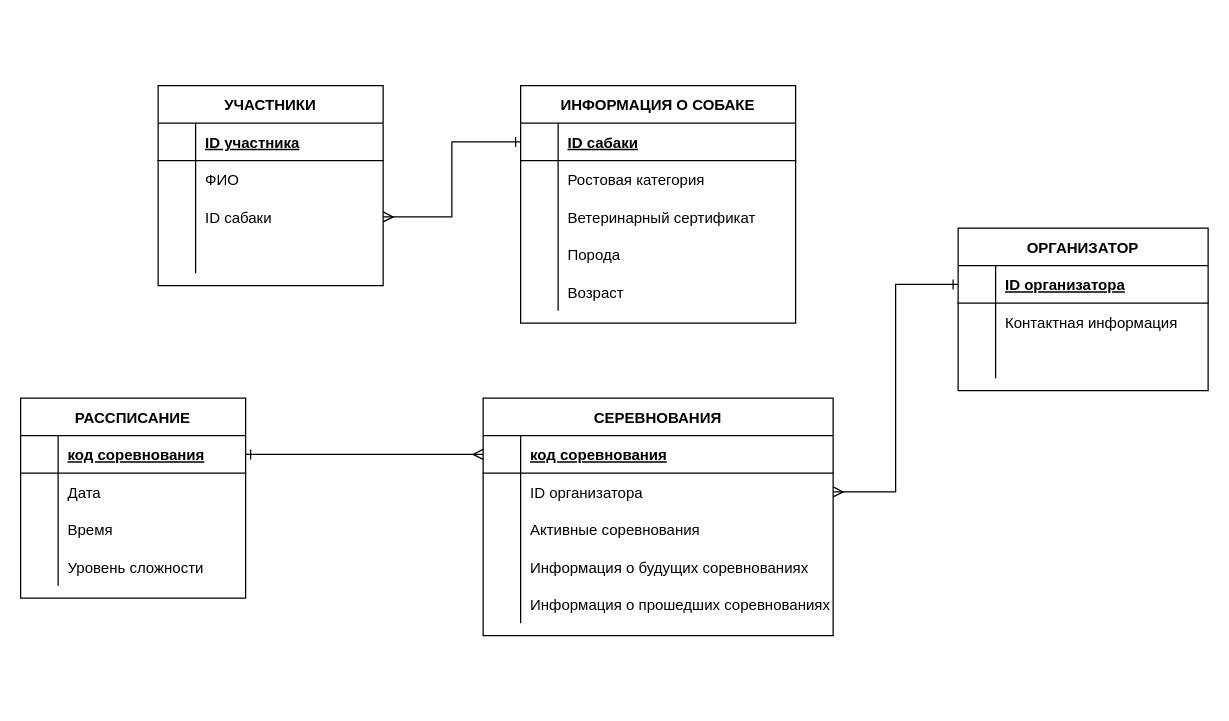
AnastasiaTobolshina/05.01_ER keeps this draw.io diagram as ERproject.drawio. Above is the earlier version. Source tidied: cells renumbered, new cells numbered last; positions are measured from the earlier drawing's top-left corner, leaving out a move shared by most shapes. Both pictures are drawn from the tidied source at 125%, with x=0, y=0 at pixel (20, 85).
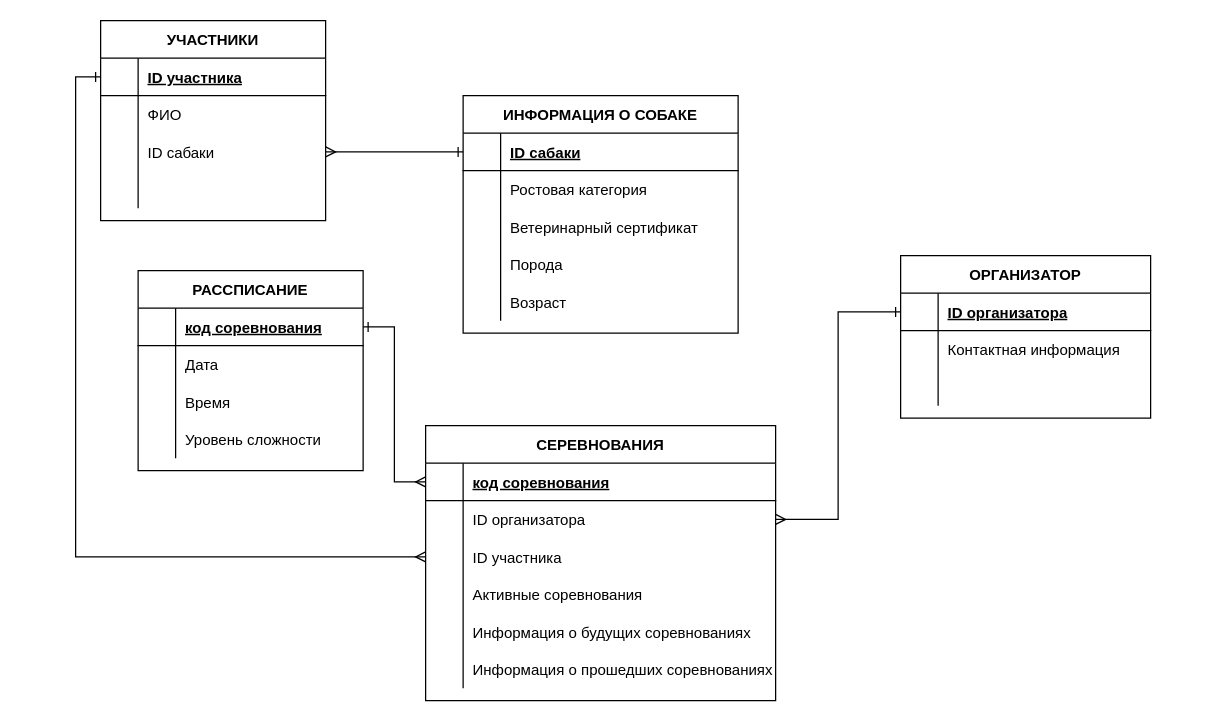
After the change.

Unchanged cells that the change refers to:
```xml
<mxCell id="3" style="shape=tableRow;horizontal=0;startSize=0;swimlaneHead=0;swimlaneBody=0;fillColor=none;points=[[0,0.5],[1,0.5]];portConstraint=eastwest;top=0;left=0;right=0;bottom=1;" parent="2" vertex="1">
  <mxGeometry y="30" width="180" height="30" as="geometry" />
</mxCell>
```

The edit, as a diff of the source:
```diff
@@
     <mxCell id="2" value="УЧАСТНИКИ" style="shape=table;startSize=30;childLayout=tableLayout;rowLines=0;fontStyle=1;align=center;" parent="1" vertex="1">
-      <mxGeometry x="110" width="180" height="160" as="geometry" />
+      <mxGeometry x="64" y="-52" width="180" height="160" as="geometry" />
     </mxCell>
@@
     <mxCell id="15" value="ИНФОРМАЦИЯ О СОБАКЕ" style="shape=table;startSize=30;childLayout=tableLayout;rowLines=0;fontStyle=1;align=center;" parent="1" vertex="1">
-      <mxGeometry x="400" width="220" height="190" as="geometry" />
+      <mxGeometry x="354" y="8" width="220" height="190" as="geometry" />
     </mxCell>
@@
     <mxCell id="32" value="ОРГАНИЗАТОР" style="shape=table;startSize=30;childLayout=tableLayout;rowLines=0;fontStyle=1;align=center;" parent="1" vertex="1">
-      <mxGeometry x="750" y="114" width="200" height="130" as="geometry" />
+      <mxGeometry x="704" y="136" width="200" height="130" as="geometry" />
     </mxCell>
@@
     <mxCell id="42" value="СЕРЕВНОВАНИЯ" style="shape=table;startSize=30;childLayout=tableLayout;rowLines=0;fontStyle=1;align=center;" parent="1" vertex="1">
-      <mxGeometry x="370" y="250" width="280" height="190" as="geometry" />
+      <mxGeometry x="324" y="272" width="280" height="220" as="geometry" />
     </mxCell>
@@
+    <mxCell id="73" style="shape=tableRow;horizontal=0;startSize=0;swimlaneHead=0;swimlaneBody=0;fillColor=none;points=[[0,0.5],[1,0.5]];portConstraint=eastwest;top=0;left=0;right=0;bottom=0;" parent="42" vertex="1">
+      <mxGeometry y="90" width="280" height="30" as="geometry" />
+    </mxCell>
+    <mxCell id="74" style="shape=partialRectangle;fillColor=none;top=0;left=0;bottom=0;right=0;overflow=hidden;" parent="73" vertex="1">
+      <mxGeometry width="30" height="30" as="geometry" />
+    </mxCell>
+    <mxCell id="75" value="ID участника" style="shape=partialRectangle;fillColor=none;top=0;left=0;bottom=0;right=0;align=left;spacingLeft=6;overflow=hidden;" parent="73" vertex="1">
+      <mxGeometry x="30" width="250" height="30" as="geometry" />
+    </mxCell>
     <mxCell id="49" style="shape=tableRow;horizontal=0;startSize=0;swimlaneHead=0;swimlaneBody=0;fillColor=none;top=0;left=0;right=0;bottom=0;" parent="42" vertex="1">
-      <mxGeometry y="90" width="280" height="30" as="geometry" />
+      <mxGeometry y="120" width="280" height="30" as="geometry" />
     </mxCell>
@@
     <mxCell id="52" style="shape=tableRow;horizontal=0;startSize=0;swimlaneHead=0;swimlaneBody=0;fillColor=none;top=0;left=0;right=0;bottom=0;" parent="42" vertex="1">
-      <mxGeometry y="120" width="280" height="30" as="geometry" />
+      <mxGeometry y="150" width="280" height="30" as="geometry" />
     </mxCell>
@@
     <mxCell id="55" style="shape=tableRow;horizontal=0;startSize=0;swimlaneHead=0;swimlaneBody=0;fillColor=none;top=0;left=0;right=0;bottom=0;" parent="42" vertex="1">
-      <mxGeometry y="150" width="280" height="30" as="geometry" />
+      <mxGeometry y="180" width="280" height="30" as="geometry" />
     </mxCell>
@@
     <mxCell id="58" value="РАССПИСАНИЕ" style="shape=table;startSize=30;childLayout=tableLayout;rowLines=0;fontStyle=1;align=center;" parent="1" vertex="1">
-      <mxGeometry y="250" width="180" height="160" as="geometry" />
+      <mxGeometry x="94" y="148" width="180" height="160" as="geometry" />
     </mxCell>
@@
+    <mxCell id="76" style="edgeStyle=orthogonalEdgeStyle;rounded=0;jettySize=auto;html=1;exitX=0;exitY=0.5;exitDx=0;exitDy=0;startArrow=ERone;startFill=0;endArrow=ERmany;endFill=0;" parent="1" edge="1" source="3" target="73">
+      <mxGeometry relative="1" as="geometry" />
+    </mxCell>
```
